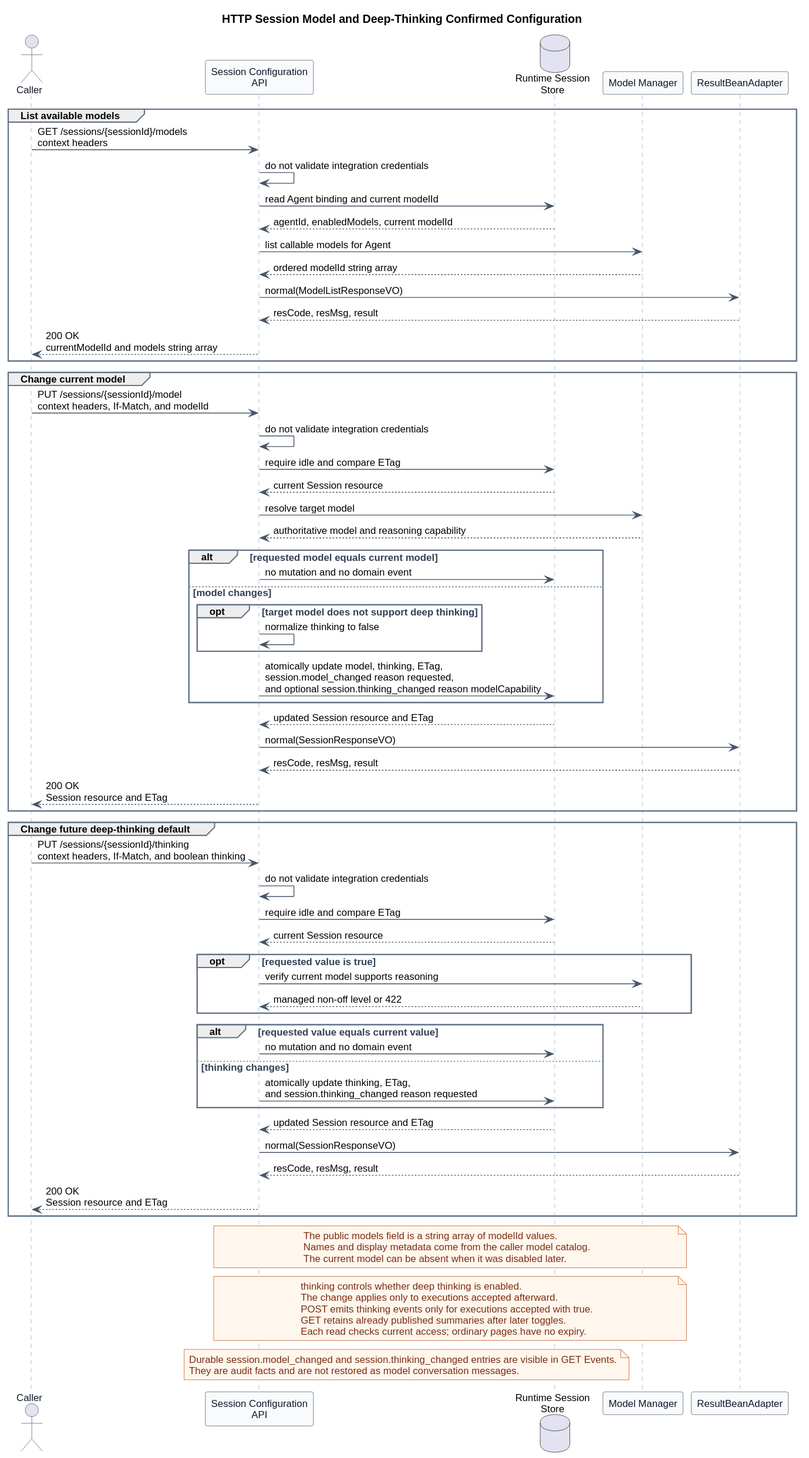
Before: 01-总体架构/01-CampusClaw多Agent运行时/设计图/会话配置/http_session_model_configuration.svg, a diagram exported from PlantUML (ssm0808/pi-mono-java-design).
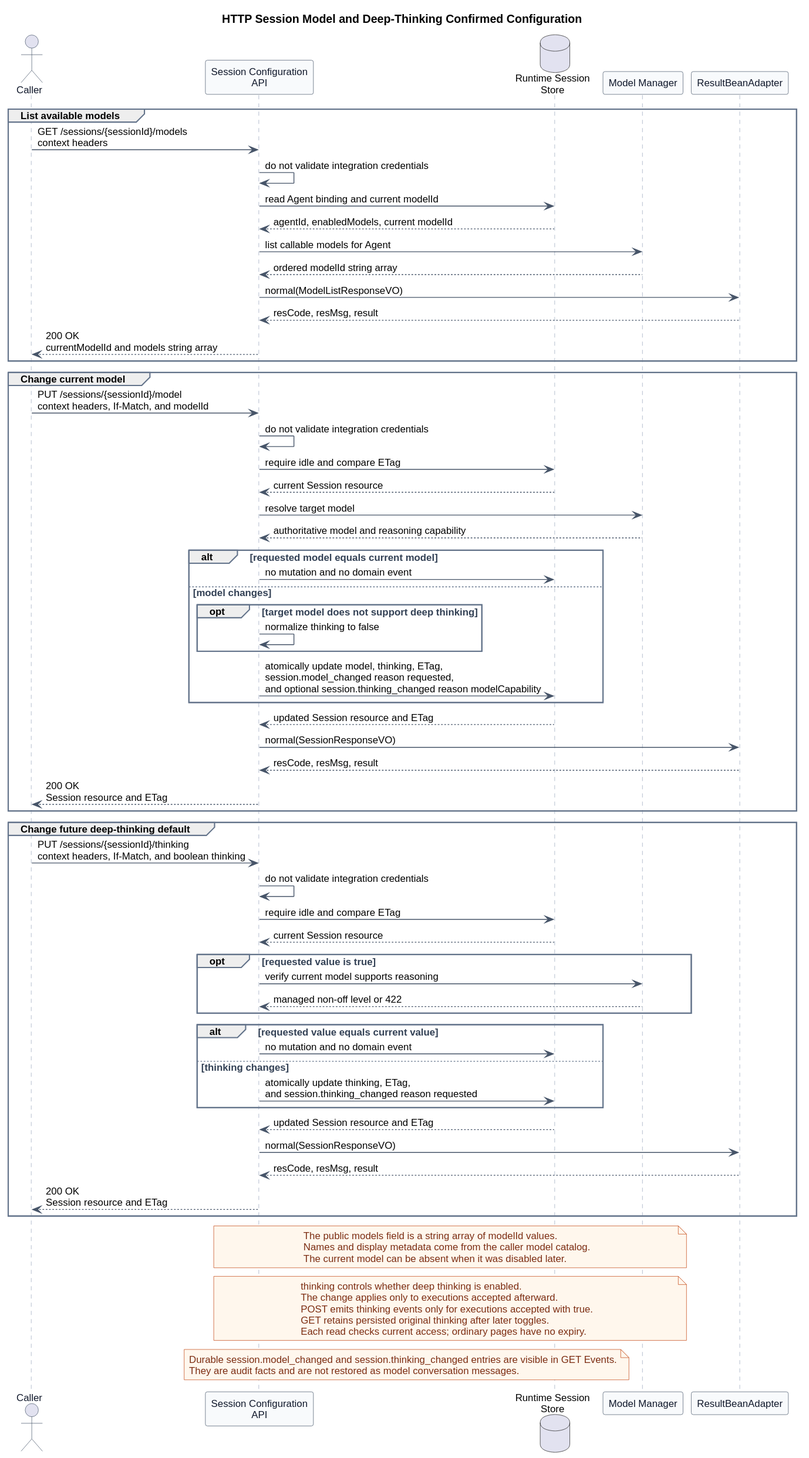
After the change.

Diff of the diagram source:
```diff
@@ -93,7 +93,7 @@
 thinking controls whether deep thinking is enabled.
 The change applies only to executions accepted afterward.
 POST emits thinking events only for executions accepted with true.
-GET retains already published summaries after later toggles.
+GET retains persisted original thinking after later toggles.
 Each read checks current access; ordinary pages have no expiry.
 end note
 
```
